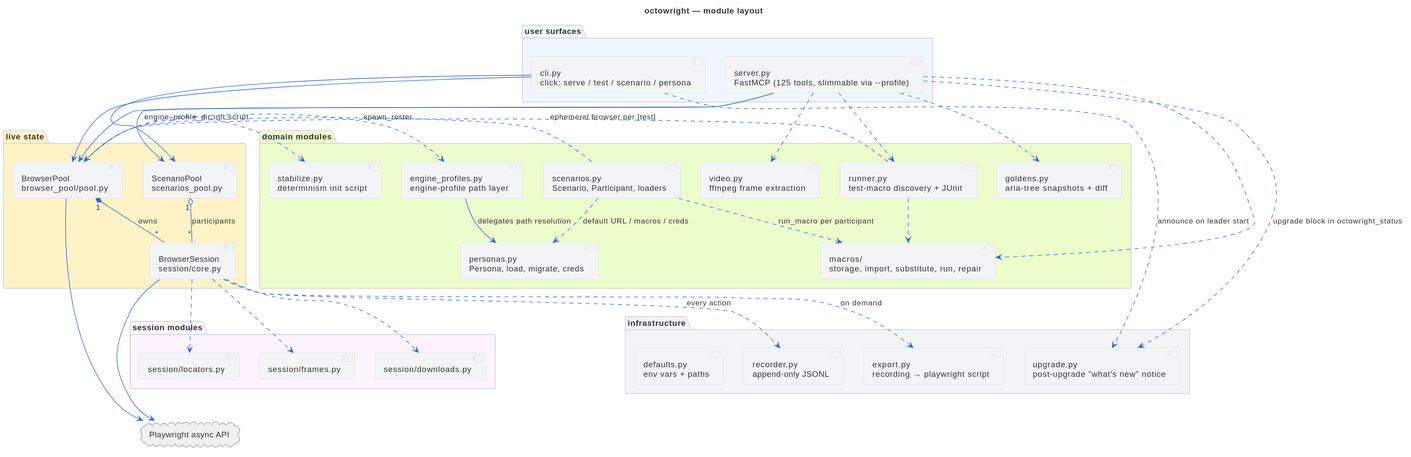
livingstaccato/octowright keeps this PlantUML diagram as docs/architecture/component.svg. Above is the earlier version. Its source is kept beside it as docs/architecture/component.puml.
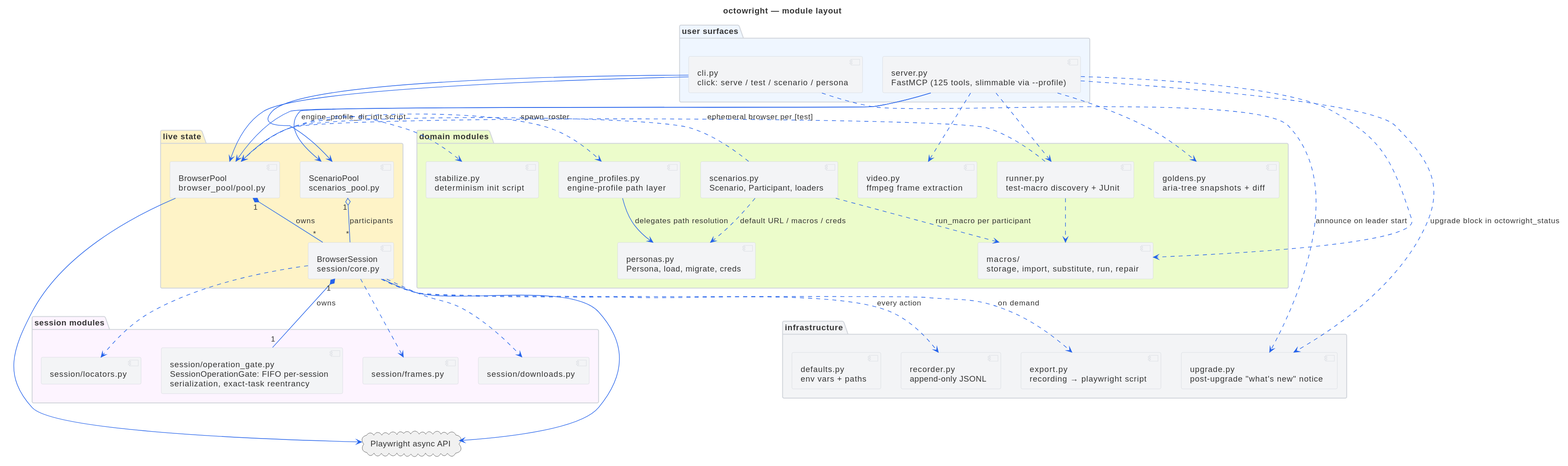
Above is the later version.

Commit message:
docs(architecture): document the operation gate in diagrams and the HTTP contract

Diff of the diagram source:
```diff
@@ -36,6 +36,7 @@
 }
 
 package "session modules" #fdf4ff {
+  [session/operation_gate.py\nSessionOperationGate: FIFO per-session\nserialization, exact-task reentrancy] as GATE
   [session/frames.py] as SF
   [session/downloads.py] as SD
   [session/locators.py] as SL
@@ -57,6 +58,7 @@
 
 POOL "1" *-- "*" SESSION : owns
 SPOOL "1" o-- "*" SESSION : participants
+SESSION "1" *-- "1" GATE : owns
 SESSION ..> SF
 SESSION ..> SD
 SESSION ..> SL
```
